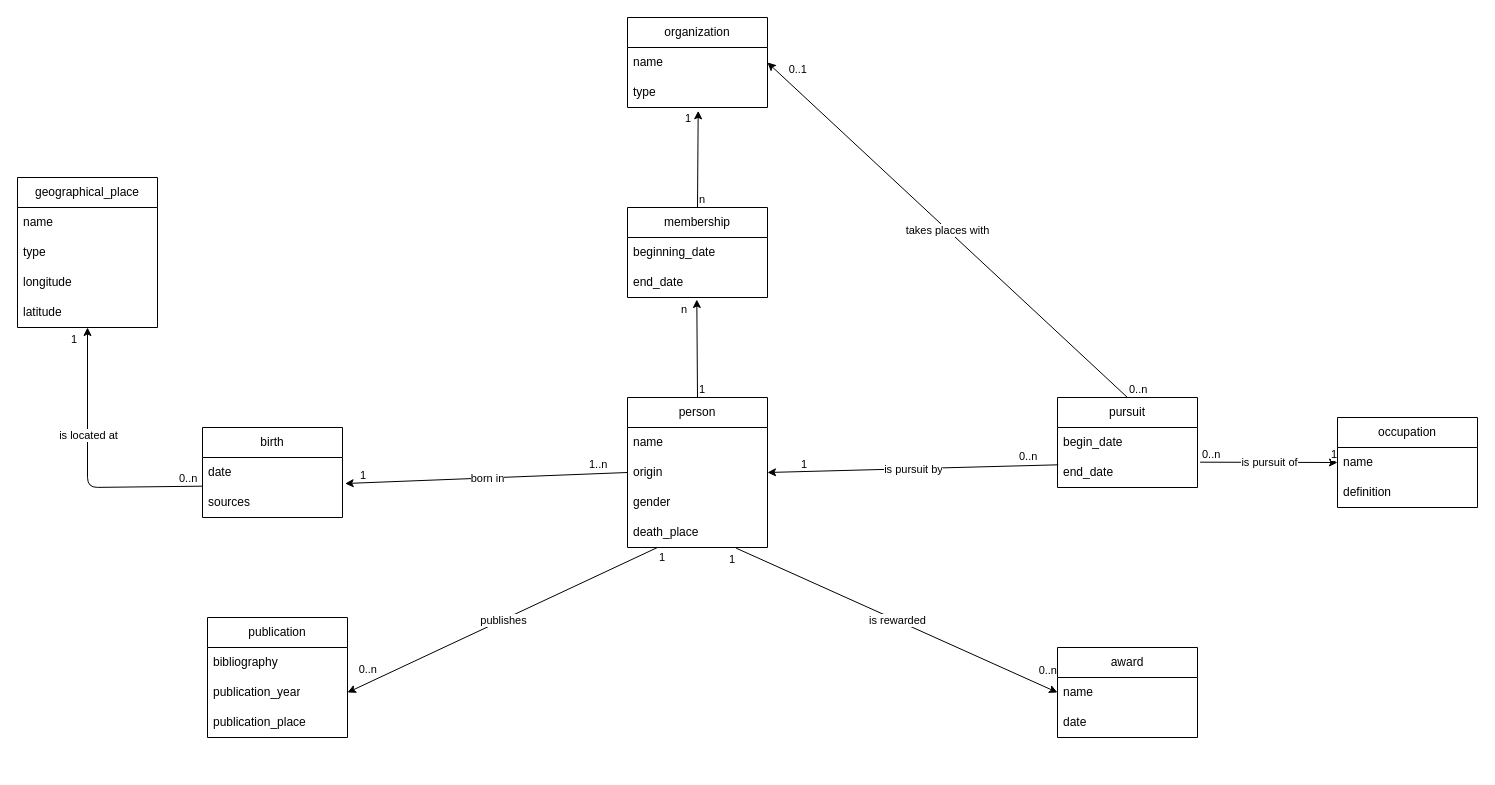
Above: diagramme/diagramme.drawio in Raphix93/2HS2179_militants-pour-la-paix (draw.io), before the change. Source tidied: cells renumbered, new cells numbered last; positions are measured from the earlier drawing's top-left corner, leaving out a move shared by most shapes. Both pictures are drawn from the tidied source at 100%, with x=0, y=0 at pixel (17, 17).
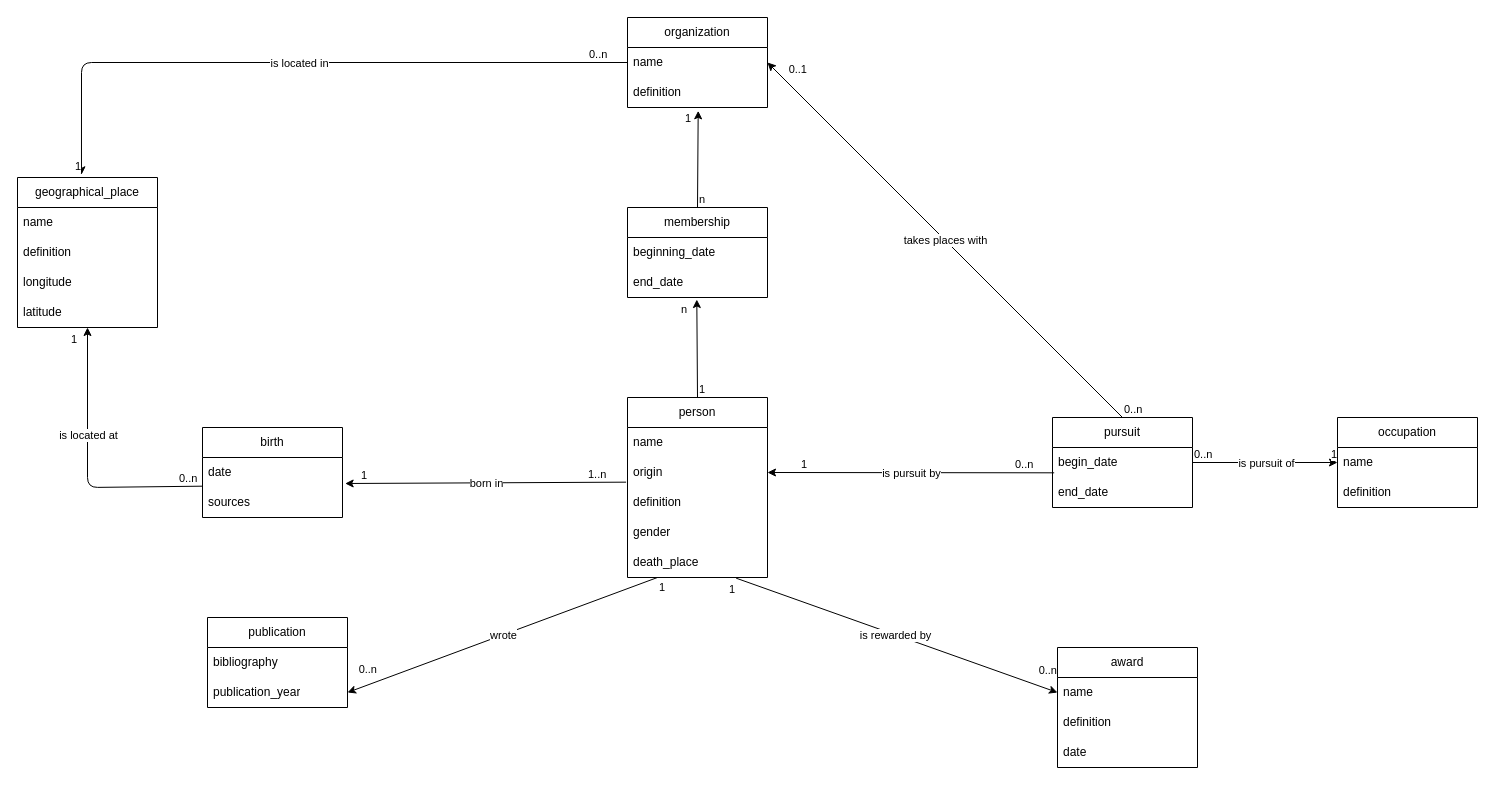
The same diagram, later.

Unchanged cells that the change refers to:
```xml
<mxCell id="4" value="origin" style="text;strokeColor=none;fillColor=none;align=left;verticalAlign=middle;spacingLeft=4;spacingRight=4;overflow=hidden;points=[[0,0.5],[1,0.5]];portConstraint=eastwest;whiteSpace=wrap;html=1;" parent="2" vertex="1">
  <mxGeometry y="60" width="140" height="30" as="geometry" />
</mxCell>
<mxCell id="7" value="organization" style="swimlane;fontStyle=0;horizontal=1;startSize=30;whiteSpace=wrap;html=1;" parent="1" vertex="1">
  <mxGeometry x="610" width="140" height="90" as="geometry" />
</mxCell>
<mxCell id="8" value="name" style="text;strokeColor=none;fillColor=none;align=left;verticalAlign=middle;spacingLeft=4;spacingRight=4;overflow=hidden;points=[[0,0.5],[1,0.5]];portConstraint=eastwest;whiteSpace=wrap;html=1;" parent="7" vertex="1">
  <mxGeometry y="30" width="140" height="30" as="geometry" />
</mxCell>
<mxCell id="11" value="begin_date" style="text;strokeColor=none;fillColor=none;align=left;verticalAlign=middle;spacingLeft=4;spacingRight=4;overflow=hidden;points=[[0,0.5],[1,0.5]];portConstraint=eastwest;whiteSpace=wrap;html=1;" parent="10" vertex="1">
  <mxGeometry y="30" width="140" height="30" as="geometry" />
</mxCell>
<mxCell id="12" value="end_date" style="text;strokeColor=none;fillColor=none;align=left;verticalAlign=middle;spacingLeft=4;spacingRight=4;overflow=hidden;points=[[0,0.5],[1,0.5]];portConstraint=eastwest;whiteSpace=wrap;html=1;" parent="10" vertex="1">
  <mxGeometry y="60" width="140" height="30" as="geometry" />
</mxCell>
<mxCell id="13" value="geographical_place" style="swimlane;fontStyle=0;horizontal=1;startSize=30;whiteSpace=wrap;html=1;" parent="1" vertex="1">
  <mxGeometry y="160" width="140" height="150" as="geometry" />
</mxCell>
<mxCell id="26" value="name" style="text;strokeColor=none;fillColor=none;align=left;verticalAlign=middle;spacingLeft=4;spacingRight=4;overflow=hidden;points=[[0,0.5],[1,0.5]];portConstraint=eastwest;whiteSpace=wrap;html=1;" parent="25" vertex="1">
  <mxGeometry y="30" width="140" height="30" as="geometry" />
</mxCell>
<mxCell id="37" value="date" style="text;strokeColor=none;fillColor=none;align=left;verticalAlign=middle;spacingLeft=4;spacingRight=4;overflow=hidden;points=[[0,0.5],[1,0.5]];portConstraint=eastwest;whiteSpace=wrap;html=1;" parent="36" vertex="1">
  <mxGeometry y="30" width="140" height="30" as="geometry" />
</mxCell>
<mxCell id="47" style="endArrow=classic;html=1;entryX=1;entryY=0.5;entryDx=0;entryDy=0;exitX=0.214;exitY=1;exitDx=0;exitDy=0;exitPerimeter=0;" parent="1" edge="1" source="6" target="20">
  <mxGeometry relative="1" as="geometry" />
</mxCell>
<mxCell id="55" style="endArrow=classic;html=1;exitX=0.776;exitY=1.022;exitDx=0;exitDy=0;entryX=0;entryY=0.5;entryDx=0;entryDy=0;exitPerimeter=0;" parent="1" edge="1" source="6" target="23">
  <mxGeometry relative="1" as="geometry" />
</mxCell>
```

What changed in the source:
```diff
@@
     <mxCell id="2" value="person" style="swimlane;fontStyle=0;horizontal=1;startSize=30;whiteSpace=wrap;html=1;" parent="1" vertex="1">
-      <mxGeometry x="610" y="380" width="140" height="150" as="geometry" />
+      <mxGeometry x="610" y="380" width="140" height="180" as="geometry" />
     </mxCell>
@@
+    <mxCell id="68" value="definition" style="text;strokeColor=none;fillColor=none;align=left;verticalAlign=middle;spacingLeft=4;spacingRight=4;overflow=hidden;whiteSpace=wrap;html=1;" parent="2" vertex="1">
+      <mxGeometry y="90" width="140" height="30" as="geometry" />
+    </mxCell>
     <mxCell id="5" value="gender" style="text;strokeColor=none;fillColor=none;align=left;verticalAlign=middle;spacingLeft=4;spacingRight=4;overflow=hidden;whiteSpace=wrap;html=1;" parent="2" vertex="1">
-      <mxGeometry y="90" width="140" height="30" as="geometry" />
+      <mxGeometry y="120" width="140" height="30" as="geometry" />
     </mxCell>
     <mxCell id="6" value="death_place" style="text;strokeColor=none;fillColor=none;align=left;verticalAlign=middle;spacingLeft=4;spacingRight=4;overflow=hidden;points=[[0,0.5],[1,0.5]];portConstraint=eastwest;whiteSpace=wrap;html=1;" parent="2" vertex="1">
-      <mxGeometry y="120" width="140" height="30" as="geometry" />
+      <mxGeometry y="150" width="140" height="30" as="geometry" />
     </mxCell>
@@
-    <mxCell id="9" value="type" style="text;strokeColor=none;fillColor=none;align=left;verticalAlign=middle;spacingLeft=4;spacingRight=4;overflow=hidden;points=[[0,0.5],[1,0.5]];portConstraint=eastwest;whiteSpace=wrap;html=1;" parent="7" vertex="1">
+    <mxCell id="9" value="definition" style="text;strokeColor=none;fillColor=none;align=left;verticalAlign=middle;spacingLeft=4;spacingRight=4;overflow=hidden;points=[[0,0.5],[1,0.5]];portConstraint=eastwest;whiteSpace=wrap;html=1;" parent="7" vertex="1">
       <mxGeometry y="60" width="140" height="30" as="geometry" />
     </mxCell>
     <mxCell id="10" value="pursuit" style="swimlane;fontStyle=0;horizontal=1;startSize=30;whiteSpace=wrap;html=1;" parent="1" vertex="1">
-      <mxGeometry x="1040" y="380" width="140" height="90" as="geometry" />
+      <mxGeometry x="1035" y="400" width="140" height="90" as="geometry" />
     </mxCell>
@@
-    <mxCell id="15" value="type" style="text;strokeColor=none;fillColor=none;align=left;verticalAlign=middle;spacingLeft=4;spacingRight=4;overflow=hidden;whiteSpace=wrap;html=1;" parent="13" vertex="1">
+    <mxCell id="15" value="definition" style="text;strokeColor=none;fillColor=none;align=left;verticalAlign=middle;spacingLeft=4;spacingRight=4;overflow=hidden;whiteSpace=wrap;html=1;" parent="13" vertex="1">
       <mxGeometry y="60" width="140" height="30" as="geometry" />
     </mxCell>
@@
     <mxCell id="18" value="publication" style="swimlane;fontStyle=0;horizontal=1;startSize=30;whiteSpace=wrap;html=1;" parent="1" vertex="1">
-      <mxGeometry x="190" y="600" width="140" height="120" as="geometry" />
+      <mxGeometry x="190" y="600" width="140" height="90" as="geometry" />
     </mxCell>
@@
-    <mxCell id="21" value="publication_place" style="text;strokeColor=none;fillColor=none;align=left;verticalAlign=middle;spacingLeft=4;spacingRight=4;overflow=hidden;whiteSpace=wrap;html=1;" parent="18" vertex="1">
-      <mxGeometry y="90" width="140" height="30" as="geometry" />
-    </mxCell>
     <mxCell id="22" value="award" style="swimlane;fontStyle=0;horizontal=1;startSize=30;whiteSpace=wrap;html=1;" parent="1" vertex="1">
-      <mxGeometry x="1040" y="630" width="140" height="90" as="geometry" />
+      <mxGeometry x="1040" y="630" width="140" height="120" as="geometry" />
     </mxCell>
@@
+    <mxCell id="69" value="definition" style="text;strokeColor=none;fillColor=none;align=left;verticalAlign=middle;spacingLeft=4;spacingRight=4;overflow=hidden;whiteSpace=wrap;html=1;" parent="22" vertex="1">
+      <mxGeometry y="60" width="140" height="30" as="geometry" />
+    </mxCell>
     <mxCell id="24" value="date" style="text;strokeColor=none;fillColor=none;align=left;verticalAlign=middle;spacingLeft=4;spacingRight=4;overflow=hidden;whiteSpace=wrap;html=1;" parent="22" vertex="1">
-      <mxGeometry y="60" width="140" height="30" as="geometry" />
+      <mxGeometry y="90" width="140" height="30" as="geometry" />
     </mxCell>
@@
-    <mxCell id="28" style="endArrow=classic;html=1;entryX=0;entryY=0.5;entryDx=0;entryDy=0;exitX=1.019;exitY=0.156;exitDx=0;exitDy=0;exitPerimeter=0;" parent="1" edge="1" source="12" target="26">
+    <mxCell id="28" style="endArrow=classic;html=1;entryX=0;entryY=0.5;entryDx=0;entryDy=0;exitX=1;exitY=0.5;exitDx=0;exitDy=0;" parent="1" edge="1" source="11" target="26">
       <mxGeometry relative="1" as="geometry" />
     </mxCell>
@@
-    <mxCell id="32" style="endArrow=classic;html=1;exitX=0.005;exitY=0.244;exitDx=0;exitDy=0;exitPerimeter=0;entryX=1;entryY=0.5;entryDx=0;entryDy=0;" parent="1" edge="1" source="12" target="4">
+    <mxCell id="32" style="endArrow=classic;html=1;exitX=0.012;exitY=-0.156;exitDx=0;exitDy=0;exitPerimeter=0;entryX=1;entryY=0.5;entryDx=0;entryDy=0;" parent="1" edge="1" source="12" target="4">
       <mxGeometry relative="1" as="geometry" />
     </mxCell>
@@
-    <mxCell id="39" style="endArrow=classic;html=1;exitX=0;exitY=0.5;exitDx=0;exitDy=0;entryX=1.019;entryY=0.867;entryDx=0;entryDy=0;entryPerimeter=0;" parent="1" edge="1" source="4" target="37">
+    <mxCell id="39" style="endArrow=classic;html=1;exitX=-0.01;exitY=0.822;exitDx=0;exitDy=0;entryX=1.019;entryY=0.867;entryDx=0;entryDy=0;entryPerimeter=0;exitPerimeter=0;" parent="1" edge="1" source="4" target="37">
       <mxGeometry relative="1" as="geometry" />
     </mxCell>
@@
-    <mxCell id="48" value="publishes" style="edgeLabel;html=1;align=center;verticalAlign=middle;" parent="47" vertex="1">
+    <mxCell id="48" value="wrote" style="edgeLabel;html=1;align=center;verticalAlign=middle;" parent="47" vertex="1">
       <mxGeometry relative="1" as="geometry" />
     </mxCell>
@@
-    <mxCell id="56" value="is rewarded" style="edgeLabel;html=1;align=center;verticalAlign=middle;" parent="55" vertex="1">
-      <mxGeometry relative="1" as="geometry" />
+    <mxCell id="56" value="is rewarded by" style="edgeLabel;html=1;align=center;verticalAlign=middle;" parent="55" vertex="1">
+      <mxGeometry relative="1" as="geometry">
+        <mxPoint x="-2" as="offset" />
+      </mxGeometry>
     </mxCell>
@@
+    <mxCell id="70" style="endArrow=classic;html=1;exitX=0;exitY=0.5;exitDx=0;exitDy=0;entryX=0.457;entryY=-0.018;entryDx=0;entryDy=0;entryPerimeter=0;" parent="1" edge="1" source="8" target="13">
+      <mxGeometry relative="1" as="geometry">
+        <Array as="points">
+          <mxPoint x="64" y="45" />
+        </Array>
+      </mxGeometry>
+    </mxCell>
+    <mxCell id="71" value="is located in" style="edgeLabel;html=1;align=center;verticalAlign=middle;" parent="70" vertex="1">
+      <mxGeometry relative="1" as="geometry" />
+    </mxCell>
+    <mxCell id="72" value="0..n" style="edgeLabel;html=1;align=left;verticalAlign=bottom;" parent="70" vertex="1">
+      <mxGeometry x="-1" relative="1" as="geometry">
+        <mxPoint x="-40" as="offset" />
+      </mxGeometry>
+    </mxCell>
+    <mxCell id="73" value="1" style="edgeLabel;html=1;align=right;verticalAlign=bottom;" parent="70" vertex="1">
+      <mxGeometry x="1" relative="1" as="geometry" />
+    </mxCell>
```
